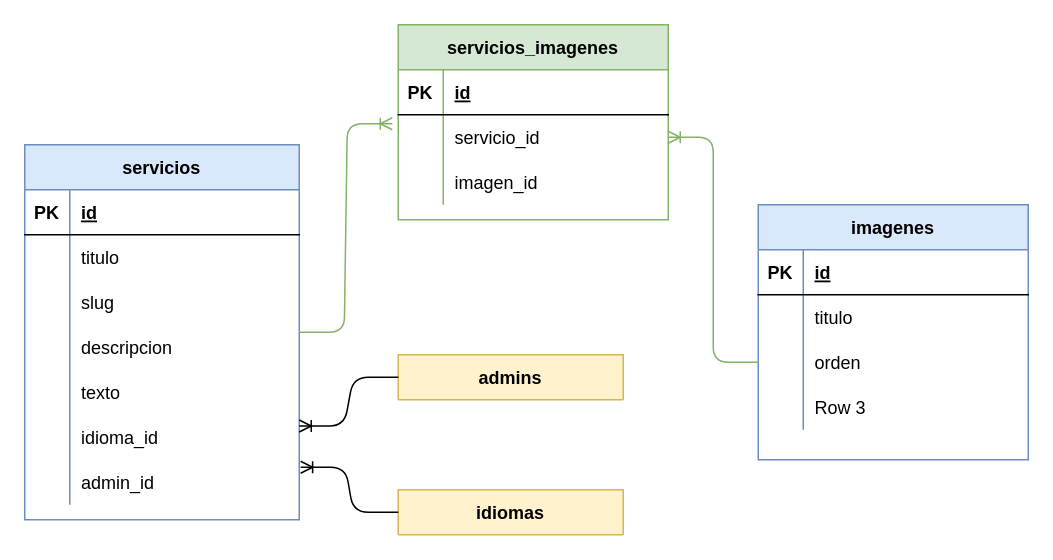
josecienty/ArrayActivity keeps this draw.io diagram as DBGREEN.drawio. Above is the earlier version. Source tidied: cells renumbered, new cells numbered last; positions are measured from the earlier drawing's top-left corner, leaving out a move shared by most shapes. Both pictures are drawn from the tidied source at 150%, with x=0, y=0 at pixel (24, 24).
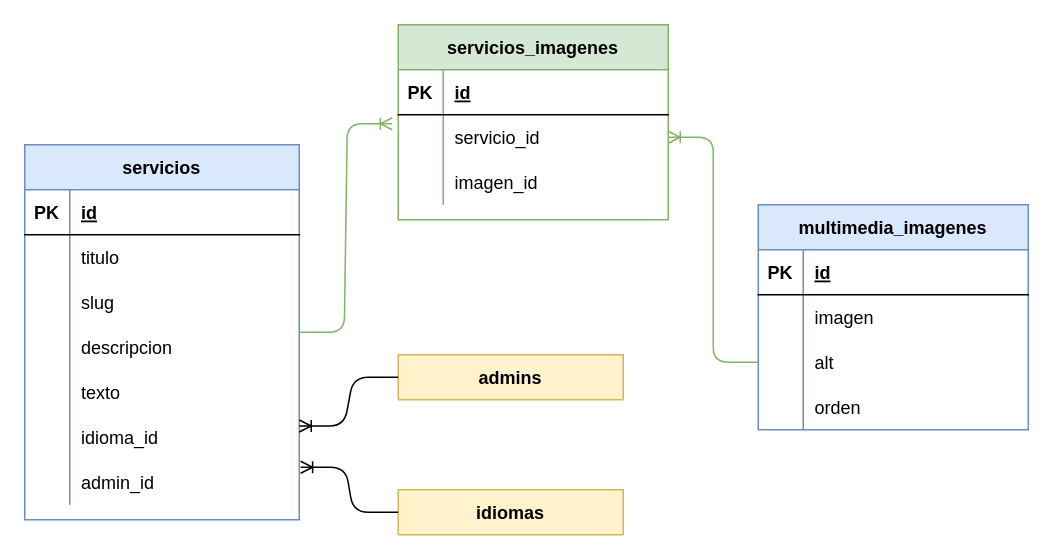
Above is the later version.

Commit message:
servicios_diagrama_final

The change refers to these unchanged cells:
```xml
<mxCell id="38" style="shape=partialRectangle;fillColor=none;top=0;left=0;bottom=0;right=0;" parent="34" vertex="1">
  <mxGeometry y="60" width="180" height="30" as="geometry" />
</mxCell>
<mxCell id="41" style="shape=partialRectangle;fillColor=none;top=0;left=0;bottom=0;right=0;points=[[0,0.5],[1,0.5]];portConstraint=eastwest;" parent="34" vertex="1">
  <mxGeometry y="90" width="180" height="30" as="geometry" />
</mxCell>
<mxCell id="44" style="shape=partialRectangle;fillColor=none;top=0;left=0;bottom=0;right=0;" parent="34" vertex="1">
  <mxGeometry y="120" width="180" height="30" as="geometry" />
</mxCell>
```

What changed in the source:
```diff
@@
-    <mxCell id="34" value="imagenes" style="shape=table;startSize=30;childLayout=tableLayout;rowLines=0;fontStyle=1;align=center;fillColor=#dae8fc;strokeColor=#6c8ebf;" parent="1" vertex="1">
-      <mxGeometry x="489" y="120" width="180" height="170" as="geometry" />
+    <mxCell id="34" value="multimedia_imagenes" style="shape=table;startSize=30;childLayout=tableLayout;rowLines=0;fontStyle=1;align=center;fillColor=#dae8fc;strokeColor=#6c8ebf;" parent="1" vertex="1">
+      <mxGeometry x="489" y="120" width="180" height="150" as="geometry" />
     </mxCell>
@@
-    <mxCell id="40" value="titulo" style="shape=partialRectangle;fillColor=none;top=0;left=0;bottom=0;right=0;align=left;spacingLeft=6;overflow=hidden;" parent="38" vertex="1">
+    <mxCell id="40" value="imagen" style="shape=partialRectangle;fillColor=none;top=0;left=0;bottom=0;right=0;align=left;spacingLeft=6;overflow=hidden;" parent="38" vertex="1">
       <mxGeometry x="30" width="150" height="30" as="geometry" />
     </mxCell>
@@
-    <mxCell id="43" value="orden" style="shape=partialRectangle;fillColor=none;top=0;left=0;bottom=0;right=0;align=left;spacingLeft=6;overflow=hidden;" parent="41" vertex="1">
+    <mxCell id="43" value="alt" style="shape=partialRectangle;fillColor=none;top=0;left=0;bottom=0;right=0;align=left;spacingLeft=6;overflow=hidden;" parent="41" vertex="1">
       <mxGeometry x="30" width="150" height="30" as="geometry" />
     </mxCell>
@@
-    <mxCell id="46" value="Row 3" style="shape=partialRectangle;fillColor=none;top=0;left=0;bottom=0;right=0;align=left;spacingLeft=6;overflow=hidden;" parent="44" vertex="1">
+    <mxCell id="46" value="orden" style="shape=partialRectangle;fillColor=none;top=0;left=0;bottom=0;right=0;align=left;spacingLeft=6;overflow=hidden;" parent="44" vertex="1">
       <mxGeometry x="30" width="150" height="30" as="geometry" />
     </mxCell>
```
